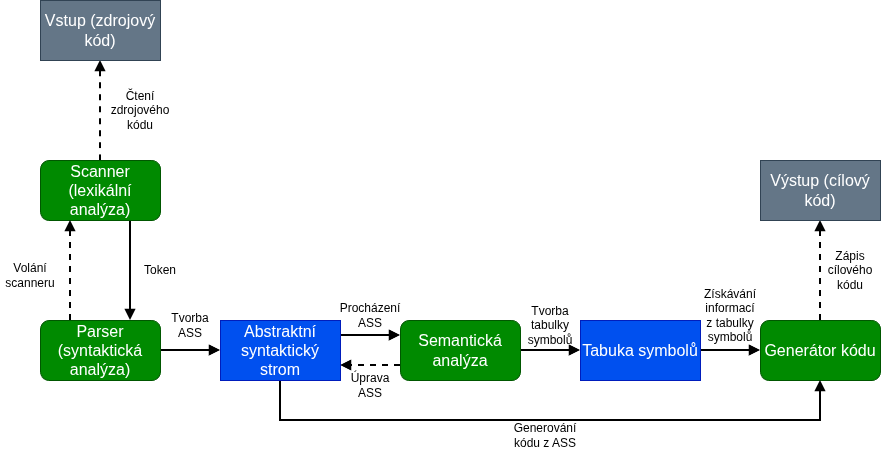
Earlier version of the draw.io export doc/figures/compiler_scheme.png (Rustatano/ifj26-project). Source tidied: cells renumbered, new cells last; positions are measured from the earlier drawing's top-left corner, leaving out a move shared by most shapes.
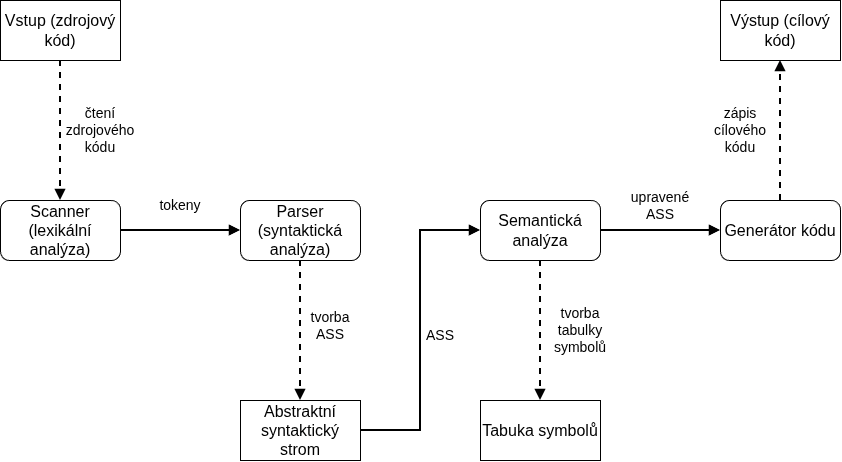
The same file after the commit.

Commit message:
feat: compiler_scheme image update, more modules sections, added 'rozsireni' and points split

Diff of the diagram source:
```diff
@@ -2,94 +2,71 @@
   <root>
     <mxCell id="0" />
     <mxCell id="1" parent="0" />
-    <mxCell id="2" style="edgeStyle=orthogonalEdgeStyle;rounded=0;jettySize=auto;html=1;entryX=0.75;entryY=0;entryDx=0;entryDy=0;defaultLabelBackgroundColor=page;strokeWidth=2;endArrow=block;endFill=1;exitX=0.75;exitY=1;exitDx=0;exitDy=0;" parent="1" edge="1" source="3" target="6">
-      <mxGeometry x="0.11" relative="1" as="geometry" />
+    <mxCell id="2" style="edgeStyle=orthogonalEdgeStyle;rounded=0;jettySize=auto;html=1;entryX=0;entryY=0.5;entryDx=0;entryDy=0;defaultLabelBackgroundColor=page;strokeWidth=2;endArrow=block;endFill=1;" parent="1" edge="1" source="3" target="6">
+      <mxGeometry relative="1" as="geometry" />
     </mxCell>
-    <mxCell id="3" value="Scanner (lexikální analýza&lt;span style=&quot;background-color: transparent;&quot;&gt;)&lt;/span&gt;" style="rounded=1;whiteSpace=wrap;html=1;roundedPerimeter=1;fontSize=16;fillColor=#008a00;strokeColor=#005700;fontColor=light-dark(#FFFFFF,#000000);" parent="1" vertex="1">
+    <mxCell id="3" value="Scanner (lexikální analýza&lt;span style=&quot;background-color: transparent; color: light-dark(#000000, var(--ge-light-color, #ffffff));&quot;&gt;)&lt;/span&gt;" style="rounded=1;whiteSpace=wrap;html=1;roundedPerimeter=1;fontSize=16;" parent="1" vertex="1">
       <mxGeometry x="40" y="160" width="120" height="60" as="geometry" />
     </mxCell>
-    <mxCell id="4" style="edgeStyle=orthogonalEdgeStyle;rounded=0;jettySize=auto;html=1;exitX=0.25;exitY=0;exitDx=0;exitDy=0;entryX=0.25;entryY=1;entryDx=0;entryDy=0;defaultLabelBackgroundColor=page;labelPadding=0 4;endArrow=block;endFill=1;strokeWidth=2;dashed=1;" parent="1" edge="1" source="6" target="3">
-      <mxGeometry relative="1" as="geometry" />
-    </mxCell>
-    <mxCell id="5" style="edgeStyle=orthogonalEdgeStyle;rounded=0;jettySize=auto;html=1;entryX=0;entryY=0.5;entryDx=0;entryDy=0;defaultLabelBackgroundColor=page;labelPadding=0 4;strokeWidth=2;endArrow=block;endFill=1;" parent="1" edge="1" source="6" target="14">
+    <mxCell id="5" style="edgeStyle=orthogonalEdgeStyle;rounded=0;jettySize=auto;html=1;entryX=0.5;entryY=0;entryDx=0;entryDy=0;defaultLabelBackgroundColor=page;dashed=1;endArrow=block;endFill=1;strokeWidth=2;" parent="1" edge="1" source="6" target="14">
       <mxGeometry relative="1" as="geometry" />
     </mxCell>
-    <mxCell id="6" value="Parser (syntaktická analýza)" style="rounded=1;whiteSpace=wrap;html=1;roundedPerimeter=1;fontSize=16;fillColor=#008a00;strokeColor=#005700;fontColor=#ffffff;" parent="1" vertex="1">
-      <mxGeometry x="40" y="320" width="120" height="60" as="geometry" />
+    <mxCell id="6" value="Parser (syntaktická analýza)" style="rounded=1;whiteSpace=wrap;html=1;roundedPerimeter=1;fontSize=16;" parent="1" vertex="1">
+      <mxGeometry x="280" y="160" width="120" height="60" as="geometry" />
     </mxCell>
+    <mxCell id="30" style="edgeStyle=orthogonalEdgeStyle;rounded=0;jettySize=auto;html=1;entryX=0;entryY=0.5;entryDx=0;entryDy=0;defaultLabelBackgroundColor=page;strokeWidth=2;endArrow=block;endFill=1;" parent="1" edge="1" source="9" target="11">
+      <mxGeometry relative="1" as="geometry" />
+    </mxCell>
-    <mxCell id="7" style="edgeStyle=orthogonalEdgeStyle;rounded=0;jettySize=auto;html=1;entryX=0;entryY=0.5;entryDx=0;entryDy=0;defaultLabelBackgroundColor=page;labelPadding=0 4;strokeWidth=2;endArrow=block;endFill=1;" parent="1" edge="1" source="9" target="16">
+    <mxCell id="7" style="edgeStyle=orthogonalEdgeStyle;rounded=0;jettySize=auto;html=1;entryX=0.5;entryY=0;entryDx=0;entryDy=0;defaultLabelBackgroundColor=page;dashed=1;endArrow=block;endFill=1;strokeWidth=2;" parent="1" edge="1" source="9" target="16">
       <mxGeometry relative="1" as="geometry" />
     </mxCell>
-    <mxCell id="8" style="edgeStyle=orthogonalEdgeStyle;rounded=0;jettySize=auto;html=1;exitX=0;exitY=0.75;exitDx=0;exitDy=0;entryX=1;entryY=0.75;entryDx=0;entryDy=0;defaultLabelBackgroundColor=page;labelPadding=0 4;strokeWidth=2;endArrow=block;endFill=1;dashed=1;" parent="1" edge="1" source="9" target="14">
+    <mxCell id="8" style="edgeStyle=orthogonalEdgeStyle;rounded=0;jettySize=auto;html=1;entryX=1;entryY=0.5;entryDx=0;entryDy=0;defaultLabelBackgroundColor=page;strokeWidth=2;startArrow=block;startFill=1;endArrow=none;endFill=0;" parent="1" edge="1" source="9" target="14">
       <mxGeometry relative="1" as="geometry" />
     </mxCell>
-    <mxCell id="9" value="Semantická analýza" style="rounded=1;whiteSpace=wrap;html=1;roundedPerimeter=1;fontSize=16;fillColor=#008a00;strokeColor=#005700;fontColor=#ffffff;" parent="1" vertex="1">
-      <mxGeometry x="400" y="320" width="120" height="60" as="geometry" />
+    <mxCell id="9" value="Semantická analýza" style="rounded=1;whiteSpace=wrap;html=1;roundedPerimeter=1;fontSize=16;" parent="1" vertex="1">
+      <mxGeometry x="520" y="160" width="120" height="60" as="geometry" />
     </mxCell>
-    <mxCell id="10" style="edgeStyle=orthogonalEdgeStyle;rounded=0;jettySize=auto;html=1;entryX=0.5;entryY=1;entryDx=0;entryDy=0;defaultLabelBackgroundColor=page;labelPadding=0 4;strokeWidth=2;dashed=1;endArrow=block;endFill=1;" parent="1" edge="1" source="11" target="19">
+    <mxCell id="10" style="edgeStyle=orthogonalEdgeStyle;rounded=0;jettySize=auto;html=1;entryX=0.5;entryY=1;entryDx=0;entryDy=0;defaultLabelBackgroundColor=page;dashed=1;endArrow=block;endFill=1;strokeWidth=2;" parent="1" edge="1" source="11" target="19">
       <mxGeometry relative="1" as="geometry" />
     </mxCell>
-    <mxCell id="11" value="Generátor kódu" style="rounded=1;whiteSpace=wrap;html=1;roundedPerimeter=1;fontSize=16;fillColor=#008a00;strokeColor=#005700;fontColor=#ffffff;" parent="1" vertex="1">
-      <mxGeometry x="760" y="320" width="120" height="60" as="geometry" />
+    <mxCell id="11" value="Generátor kódu" style="rounded=1;whiteSpace=wrap;html=1;roundedPerimeter=1;fontSize=16;" parent="1" vertex="1">
+      <mxGeometry x="760" y="160" width="120" height="60" as="geometry" />
     </mxCell>
-    <mxCell id="12" style="edgeStyle=orthogonalEdgeStyle;rounded=0;jettySize=auto;html=1;entryX=0.5;entryY=1;entryDx=0;entryDy=0;defaultLabelBackgroundColor=page;labelPadding=0 4;strokeWidth=2;endArrow=block;endFill=1;" parent="1" edge="1" source="14" target="11">
-      <mxGeometry x="0.05" relative="1" as="geometry">
-        <Array as="points">
-          <mxPoint x="280" y="420" />
-          <mxPoint x="820" y="420" />
-        </Array>
-      </mxGeometry>
-    </mxCell>
-    <mxCell id="13" style="edgeStyle=orthogonalEdgeStyle;rounded=0;jettySize=auto;html=1;exitX=1;exitY=0.25;exitDx=0;exitDy=0;entryX=0;entryY=0.25;entryDx=0;entryDy=0;defaultLabelBackgroundColor=page;labelPadding=0 4;strokeWidth=2;endArrow=block;endFill=1;" parent="1" edge="1" source="14" target="9">
-      <mxGeometry relative="1" as="geometry" />
-    </mxCell>
-    <mxCell id="14" value="&lt;span style=&quot;font-size: 16px;&quot;&gt;Abstraktní syntaktický strom&lt;/span&gt;" style="rounded=0;whiteSpace=wrap;html=1;fillColor=#0050ef;fontColor=#ffffff;strokeColor=#001DBC;" parent="1" vertex="1">
-      <mxGeometry x="220" y="320" width="120" height="60" as="geometry" />
+    <mxCell id="14" value="&lt;span style=&quot;font-size: 16px;&quot;&gt;Abstraktní syntaktický strom&lt;/span&gt;" style="rounded=0;whiteSpace=wrap;html=1;" parent="1" vertex="1">
+      <mxGeometry x="280" y="360" width="120" height="60" as="geometry" />
     </mxCell>
-    <mxCell id="15" style="edgeStyle=orthogonalEdgeStyle;rounded=0;jettySize=auto;html=1;entryX=0;entryY=0.5;entryDx=0;entryDy=0;defaultLabelBackgroundColor=page;labelPadding=0 4;strokeWidth=2;endArrow=block;endFill=1;" parent="1" edge="1" source="16" target="11">
-      <mxGeometry relative="1" as="geometry" />
-    </mxCell>
-    <mxCell id="16" value="&lt;span style=&quot;font-size: 16px;&quot;&gt;Tab&lt;/span&gt;&lt;span style=&quot;font-size: 16px; background-color: transparent;&quot;&gt;uka symbolů&lt;/span&gt;" style="rounded=0;whiteSpace=wrap;html=1;fillColor=#0050ef;fontColor=#ffffff;strokeColor=#001DBC;" parent="1" vertex="1">
-      <mxGeometry x="580" y="320" width="120" height="60" as="geometry" />
+    <mxCell id="16" value="&lt;span style=&quot;font-size: 16px;&quot;&gt;Tab&lt;/span&gt;&lt;span style=&quot;font-size: 16px; background-color: transparent;&quot;&gt;uka symbolů&lt;/span&gt;" style="rounded=0;whiteSpace=wrap;html=1;" parent="1" vertex="1">
+      <mxGeometry x="520" y="360" width="120" height="60" as="geometry" />
     </mxCell>
-    <mxCell id="17" style="edgeStyle=orthogonalEdgeStyle;rounded=0;jettySize=auto;html=1;entryX=0.5;entryY=0;entryDx=0;entryDy=0;defaultLabelBackgroundColor=page;strokeWidth=2;endArrow=none;endFill=0;dashed=1;startArrow=block;startFill=1;" parent="1" edge="1" source="18" target="3">
+    <mxCell id="17" style="edgeStyle=orthogonalEdgeStyle;rounded=0;jettySize=auto;html=1;entryX=0.5;entryY=0;entryDx=0;entryDy=0;defaultLabelBackgroundColor=page;strokeWidth=2;endArrow=block;endFill=1;dashed=1;" parent="1" edge="1" source="18" target="3">
       <mxGeometry relative="1" as="geometry" />
     </mxCell>
-    <mxCell id="18" value="&lt;span style=&quot;font-size: 16px;&quot;&gt;Vstup (zdrojový kód)&lt;/span&gt;" style="rounded=0;whiteSpace=wrap;html=1;fillColor=#647687;fontColor=#ffffff;strokeColor=#314354;" parent="1" vertex="1">
-      <mxGeometry x="40" width="120" height="60" as="geometry" />
+    <mxCell id="18" value="&lt;span style=&quot;font-size: 16px;&quot;&gt;Vstup (zdrojový kód)&lt;/span&gt;" style="rounded=0;whiteSpace=wrap;html=1;" parent="1" vertex="1">
+      <mxGeometry x="40" y="-40" width="120" height="60" as="geometry" />
     </mxCell>
-    <mxCell id="19" value="&lt;span style=&quot;font-size: 16px;&quot;&gt;Výstup (cílový kód)&lt;/span&gt;" style="rounded=0;whiteSpace=wrap;html=1;fillColor=#647687;fontColor=#ffffff;strokeColor=#314354;" parent="1" vertex="1">
-      <mxGeometry x="760" y="160" width="120" height="60" as="geometry" />
+    <mxCell id="19" value="&lt;span style=&quot;font-size: 16px;&quot;&gt;Výstup (cílový kód)&lt;/span&gt;" style="rounded=0;whiteSpace=wrap;html=1;" parent="1" vertex="1">
+      <mxGeometry x="760" y="-40" width="120" height="60" as="geometry" />
     </mxCell>
-    <mxCell id="20" value="Čtení zdrojového kódu" style="text;html=1;whiteSpace=wrap;strokeColor=none;fillColor=none;align=center;verticalAlign=middle;rounded=0;" parent="1" vertex="1">
-      <mxGeometry x="110" y="95" width="60" height="30" as="geometry" />
+    <mxCell id="20" value="čtení zdrojového kódu" style="text;html=1;whiteSpace=wrap;strokeColor=none;fillColor=none;align=center;verticalAlign=middle;rounded=0;fontSize=14;" parent="1" vertex="1">
+      <mxGeometry x="110" y="75" width="60" height="30" as="geometry" />
     </mxCell>
-    <mxCell id="21" value="Zápis cílového kódu" style="text;html=1;whiteSpace=wrap;strokeColor=none;fillColor=none;align=center;verticalAlign=middle;rounded=0;" parent="1" vertex="1">
-      <mxGeometry x="820" y="255" width="60" height="30" as="geometry" />
+    <mxCell id="21" value="zápis cílového kódu" style="text;html=1;whiteSpace=wrap;strokeColor=none;fillColor=none;align=center;verticalAlign=middle;rounded=0;fontSize=14;" parent="1" vertex="1">
+      <mxGeometry x="750" y="75" width="60" height="30" as="geometry" />
     </mxCell>
-    <mxCell id="22" value="Token" style="text;html=1;whiteSpace=wrap;strokeColor=none;fillColor=none;align=center;verticalAlign=middle;rounded=0;" parent="1" vertex="1">
-      <mxGeometry x="130" y="255" width="60" height="30" as="geometry" />
+    <mxCell id="22" value="tokeny" style="text;html=1;whiteSpace=wrap;strokeColor=none;fillColor=none;align=center;verticalAlign=middle;rounded=0;fontSize=14;" parent="1" vertex="1">
+      <mxGeometry x="190" y="150" width="60" height="30" as="geometry" />
     </mxCell>
-    <mxCell id="23" value="Generování kódu z ASS" style="text;html=1;whiteSpace=wrap;strokeColor=none;fillColor=none;align=center;verticalAlign=middle;rounded=0;" parent="1" vertex="1">
-      <mxGeometry x="515" y="420" width="60" height="30" as="geometry" />
-    </mxCell>
-    <mxCell id="24" value="Získávání informací z tabulky symbolů" style="text;html=1;whiteSpace=wrap;strokeColor=none;fillColor=none;align=center;verticalAlign=middle;rounded=0;" parent="1" vertex="1">
-      <mxGeometry x="700" y="300" width="60" height="30" as="geometry" />
-    </mxCell>
-    <mxCell id="25" value="Tvorba tabulky symbolů" style="text;html=1;whiteSpace=wrap;strokeColor=none;fillColor=none;align=center;verticalAlign=middle;rounded=0;" parent="1" vertex="1">
-      <mxGeometry x="520" y="310" width="60" height="30" as="geometry" />
-    </mxCell>
-    <mxCell id="26" value="Volání scanneru" style="text;html=1;whiteSpace=wrap;strokeColor=none;fillColor=none;align=center;verticalAlign=middle;rounded=0;" parent="1" vertex="1">
-      <mxGeometry y="260" width="60" height="30" as="geometry" />
-    </mxCell>
-    <mxCell id="27" value="Tvorba ASS" style="text;html=1;whiteSpace=wrap;strokeColor=none;fillColor=none;align=center;verticalAlign=middle;rounded=0;" parent="1" vertex="1">
-      <mxGeometry x="160" y="310" width="60" height="30" as="geometry" />
-    </mxCell>
-    <mxCell id="28" value="Procházení ASS" style="text;html=1;whiteSpace=wrap;strokeColor=none;fillColor=none;align=center;verticalAlign=middle;rounded=0;" parent="1" vertex="1">
-      <mxGeometry x="340" y="300" width="60" height="30" as="geometry" />
-    </mxCell>
-    <mxCell id="29" value="Úprava ASS" style="text;html=1;whiteSpace=wrap;strokeColor=none;fillColor=none;align=center;verticalAlign=middle;rounded=0;" parent="1" vertex="1">
-      <mxGeometry x="340" y="370" width="60" height="30" as="geometry" />
-    </mxCell>
+    <mxCell id="31" value="tvorba ASS" style="text;html=1;whiteSpace=wrap;strokeColor=none;fillColor=none;align=center;verticalAlign=middle;rounded=0;fontSize=14;" parent="1" vertex="1">
+      <mxGeometry x="340" y="270" width="60" height="30" as="geometry" />
+    </mxCell>
+    <mxCell id="32" value="tvorba tabulky symbolů" style="text;html=1;whiteSpace=wrap;strokeColor=none;fillColor=none;align=center;verticalAlign=middle;rounded=0;fontSize=14;" parent="1" vertex="1">
+      <mxGeometry x="590" y="275" width="60" height="30" as="geometry" />
+    </mxCell>
+    <mxCell id="33" value="ASS" style="text;html=1;whiteSpace=wrap;strokeColor=none;fillColor=none;align=center;verticalAlign=middle;rounded=0;fontSize=14;" parent="1" vertex="1">
+      <mxGeometry x="450" y="280" width="60" height="30" as="geometry" />
+    </mxCell>
+    <mxCell id="34" value="upravené ASS" style="text;html=1;whiteSpace=wrap;strokeColor=none;fillColor=none;align=center;verticalAlign=middle;rounded=0;fontSize=14;" parent="1" vertex="1">
+      <mxGeometry x="670" y="150" width="60" height="30" as="geometry" />
+    </mxCell>
   </root>
 </mxGraphModel>
```
